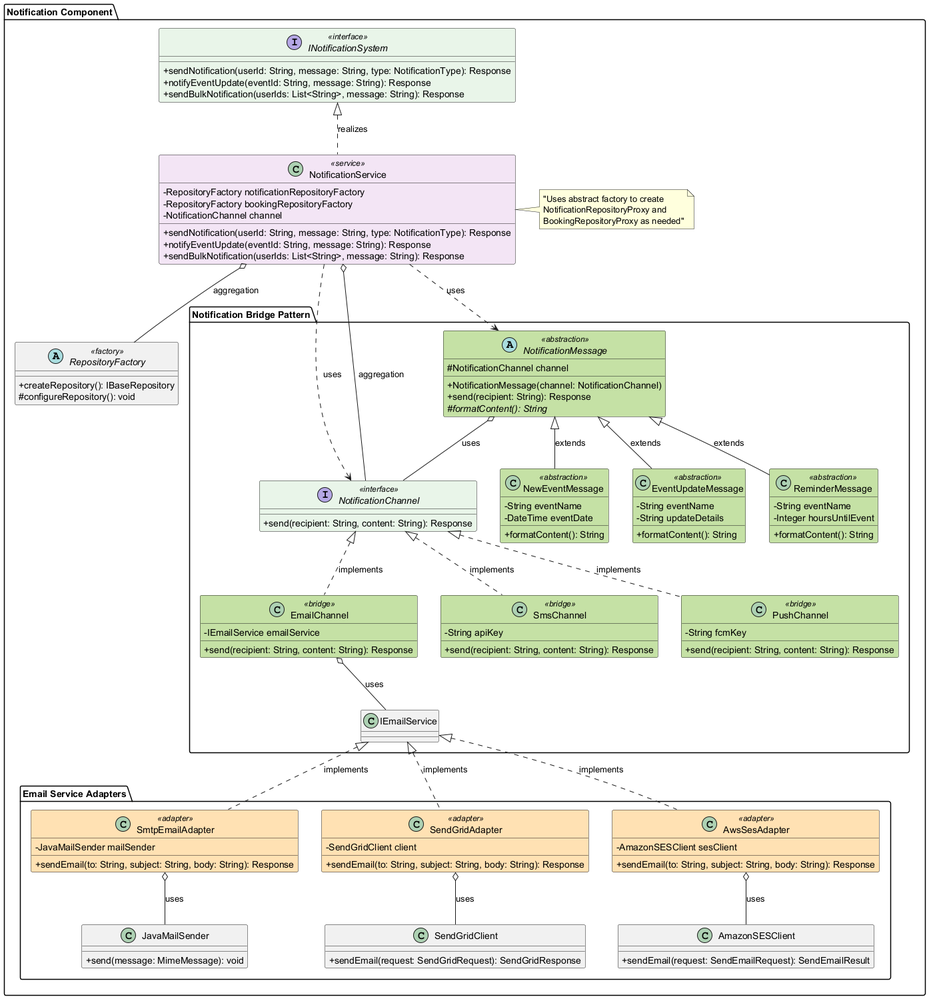
AIU-SoftWave/AIU-Trips-And-Events keeps this PlantUML diagram as Milestones/PM_3/Class Diagram/After DP/png/Notification_layer.png. Above is the earlier version.
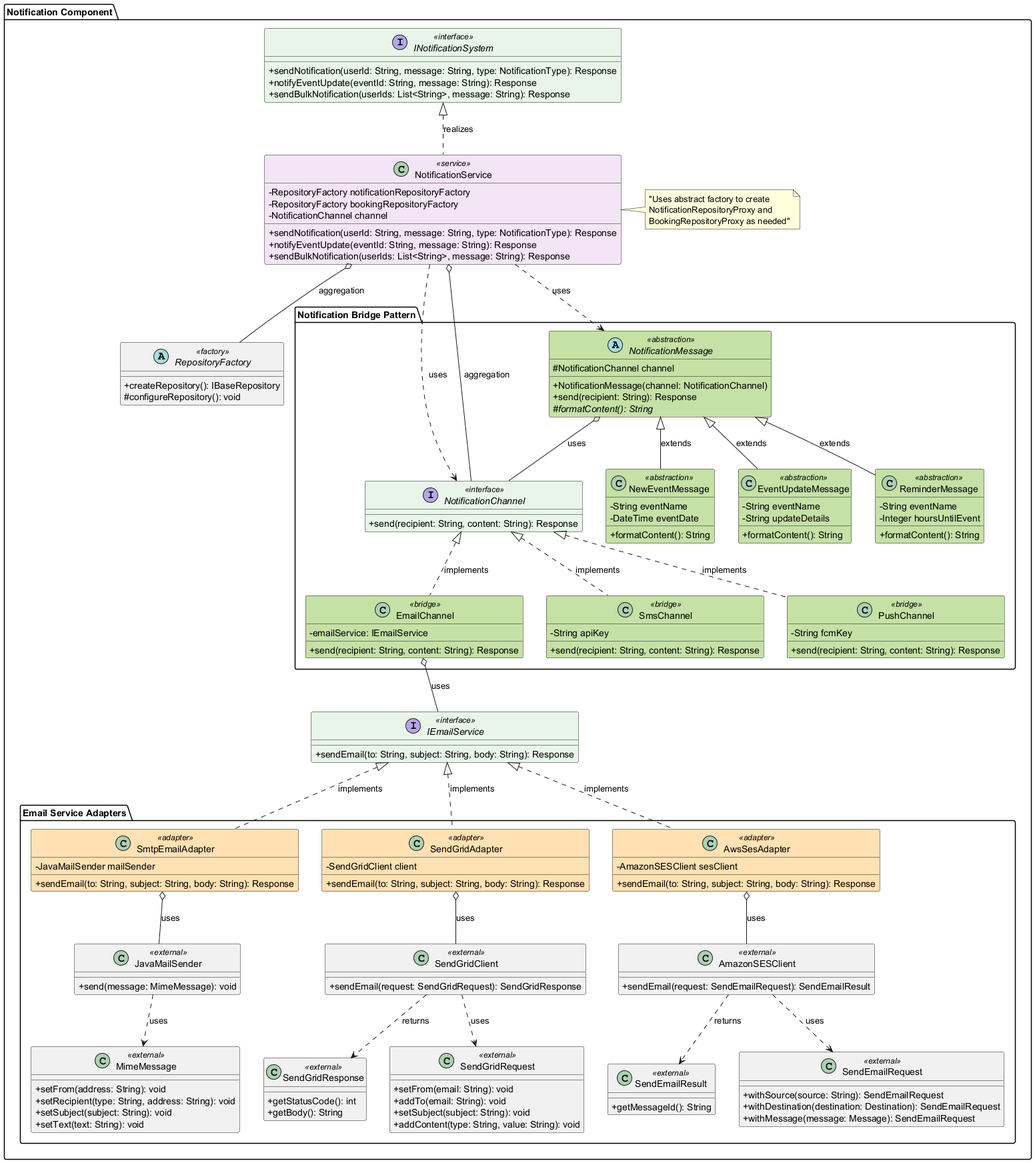
After the commit.

Commit message:
Refactor repository structure: added Repo Factory layer and removed obsolete Repository Layer; updated method signatures for consistency.

The edit, as a diff of the source:
```diff
@@ -40,6 +40,10 @@
         #configureRepository(): void
     }
 
+    interface IEmailService <<interface>> {
+        +sendEmail(to: String, subject: String, body: String): Response
+    }
+
     package "Notification Bridge Pattern" {
 
         interface NotificationChannel <<interface>> {
@@ -47,7 +51,7 @@
         }
 
         class EmailChannel <<bridge>> {
-            -IEmailService emailService
+            -emailService: IEmailService
             +send(recipient: String, content: String): Response
         }
 
@@ -104,15 +108,44 @@
 
     package "Email Service Adapters" {
 
-        class JavaMailSender {
+        class MimeMessage <<external>> {
+            +setFrom(address: String): void
+            +setRecipient(type: String, address: String): void
+            +setSubject(subject: String): void
+            +setText(text: String): void
+        }
+
+        class SendGridRequest <<external>> {
+            +setFrom(email: String): void
+            +addTo(email: String): void
+            +setSubject(subject: String): void
+            +addContent(type: String, value: String): void
+        }
+
+        class SendGridResponse <<external>> {
+            +getStatusCode(): int
+            +getBody(): String
+        }
+
+        class SendEmailRequest <<external>> {
+            +withSource(source: String): SendEmailRequest
+            +withDestination(destination: Destination): SendEmailRequest
+            +withMessage(message: Message): SendEmailRequest
+        }
+
+        class SendEmailResult <<external>> {
+            +getMessageId(): String
+        }
+
+        class JavaMailSender <<external>> {
             +send(message: MimeMessage): void
         }
 
-        class SendGridClient {
+        class SendGridClient <<external>> {
             +sendEmail(request: SendGridRequest): SendGridResponse
         }
 
-        class AmazonSESClient {
+        class AmazonSESClient <<external>> {
             +sendEmail(request: SendEmailRequest): SendEmailResult
         }
 
@@ -138,6 +171,12 @@
         SmtpEmailAdapter o-- JavaMailSender : uses
         SendGridAdapter o-- SendGridClient : uses
         AwsSesAdapter o-- AmazonSESClient : uses
+
+        JavaMailSender ..> MimeMessage : uses
+        SendGridClient ..> SendGridRequest : uses
+        SendGridClient ..> SendGridResponse : returns
+        AmazonSESClient ..> SendEmailRequest : uses
+        AmazonSESClient ..> SendEmailResult : returns
     }
     INotificationSystem <|.. NotificationService : realizes
     NotificationService o-- RepositoryFactory : aggregation
```
